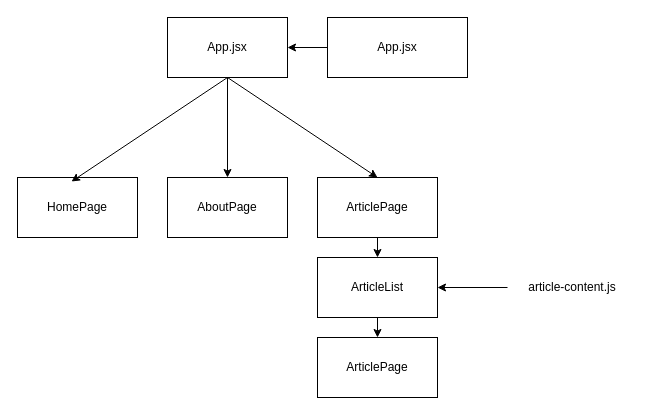
soniboni/TAGLAY-LEE keeps this draw.io diagram as project.drawio. Above is the earlier version. Source tidied: cells renumbered, new cells numbered last; positions are measured from the earlier drawing's top-left corner, leaving out a move shared by most shapes. Both pictures are drawn from the tidied source at 100%, with x=0, y=0 at pixel (17, 17).
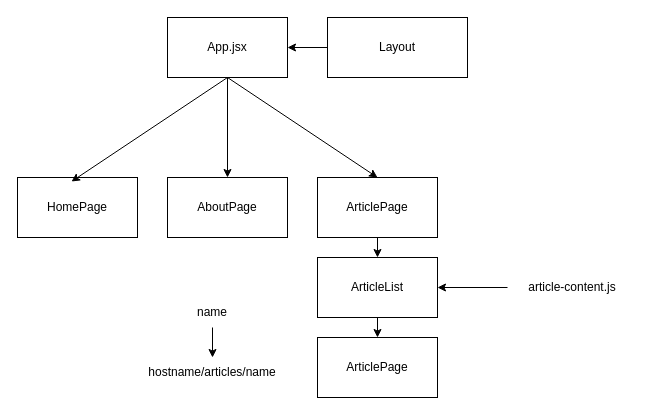
The same page after the edit.

Change to the diagram source:
```diff
@@
-    <mxCell id="16" value="App.jsx" style="rounded=0;whiteSpace=wrap;html=1;" parent="1" vertex="1">
+    <mxCell id="16" value="Layout" style="rounded=0;whiteSpace=wrap;html=1;" parent="1" vertex="1">
       <mxGeometry x="310" width="140" height="60" as="geometry" />
     </mxCell>
+    <mxCell id="17" style="edgeStyle=none;html=1;" parent="1" edge="1" source="18" target="19">
+      <mxGeometry relative="1" as="geometry" />
+    </mxCell>
+    <mxCell id="18" value="name" style="text;strokeColor=none;align=center;fillColor=none;html=1;verticalAlign=middle;whiteSpace=wrap;rounded=0;" parent="1" vertex="1">
+      <mxGeometry x="130" y="280" width="130" height="30" as="geometry" />
+    </mxCell>
+    <mxCell id="19" value="hostname/articles/name" style="text;strokeColor=none;align=center;fillColor=none;html=1;verticalAlign=middle;whiteSpace=wrap;rounded=0;" parent="1" vertex="1">
+      <mxGeometry x="130" y="340" width="130" height="30" as="geometry" />
+    </mxCell>
```
